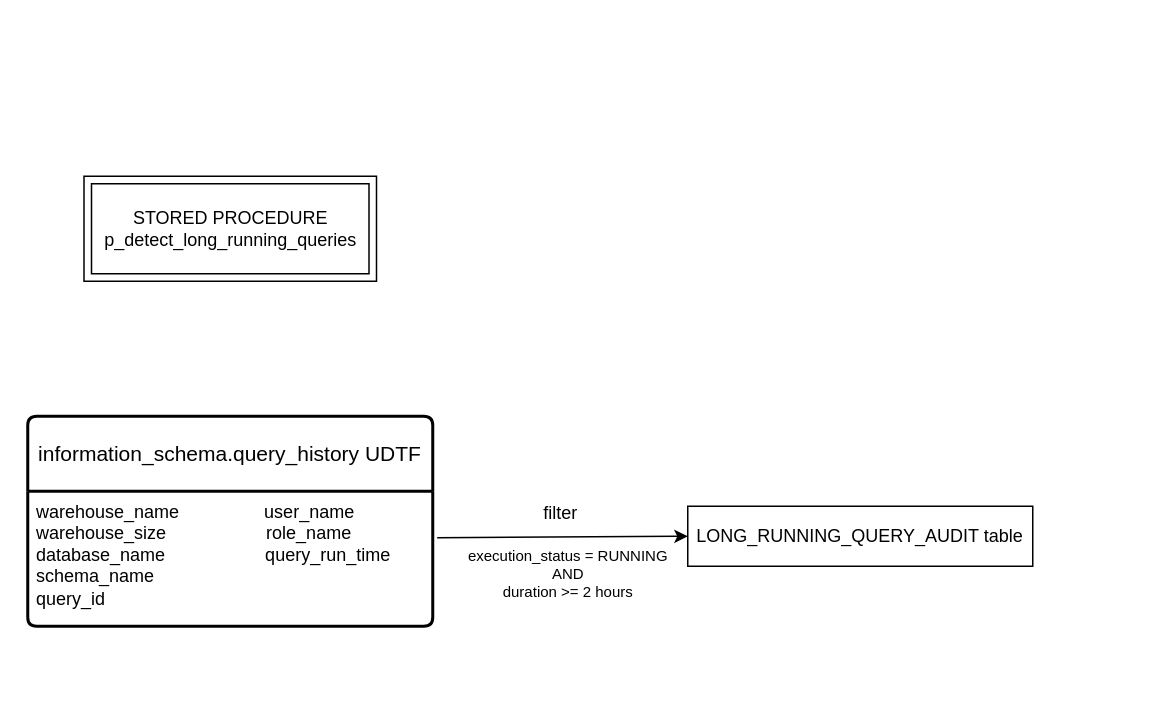
Above: Untitled Diagram.drawio in kunaljubce/drawio (draw.io), before the change. Source tidied: cells renumbered, new cells numbered last; positions are measured from the earlier drawing's top-left corner, leaving out a move shared by most shapes. Both pictures are drawn from the tidied source at 150%, with x=0, y=0 at pixel (27, 176). Pictures stored in the file or linked from it are replaced by grey dashed boxes.
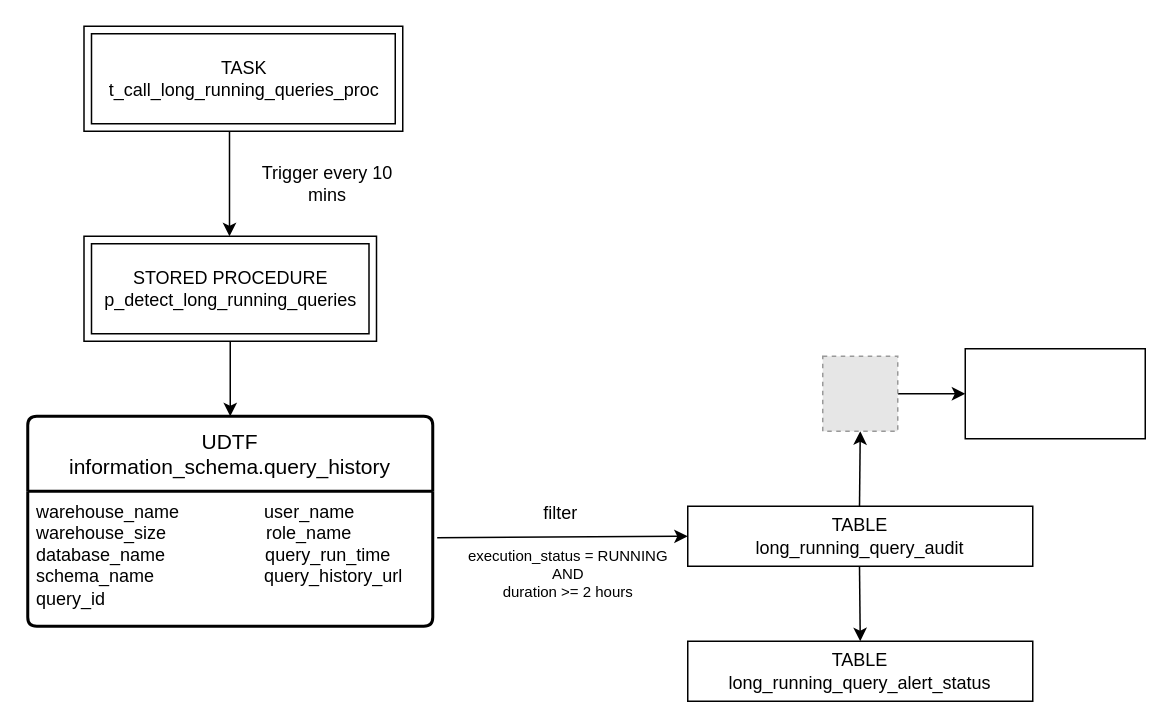
After the change.

What changed in the source:
```diff
@@
-    <mxCell id="2" value="information_schema.query_history UDTF" style="swimlane;horizontal=1;startSize=50;rounded=1;fontSize=14;fontStyle=0;strokeWidth=2;shadow=0;dashed=0;align=center;arcSize=4;whiteSpace=wrap;html=1;" parent="1" vertex="1">
+    <mxCell id="2" value="UDTF&lt;br&gt;information_schema.query_history" style="swimlane;horizontal=1;startSize=50;rounded=1;fontSize=14;fontStyle=0;strokeWidth=2;shadow=0;dashed=0;align=center;arcSize=4;whiteSpace=wrap;html=1;" parent="1" vertex="1">
       <mxGeometry y="160" width="270" height="140" as="geometry" />
     </mxCell>
-    <mxCell id="3" value="warehouse_name&amp;nbsp; &amp;nbsp; &amp;nbsp; &amp;nbsp; &amp;nbsp; &amp;nbsp; &amp;nbsp; &amp;nbsp; &amp;nbsp;user_name&lt;br&gt;warehouse_size&amp;nbsp; &amp;nbsp; &amp;nbsp; &amp;nbsp; &amp;nbsp; &amp;nbsp; &amp;nbsp; &amp;nbsp; &amp;nbsp; &amp;nbsp; role_name&lt;br&gt;database_name&amp;nbsp; &amp;nbsp; &amp;nbsp; &amp;nbsp; &amp;nbsp; &amp;nbsp; &amp;nbsp; &amp;nbsp; &amp;nbsp; &amp;nbsp; query_run_time&lt;br&gt;schema_name&lt;div&gt;query_id&lt;/div&gt;" style="align=left;strokeColor=none;fillColor=none;spacingLeft=4;fontSize=12;verticalAlign=top;html=1;" parent="2" vertex="1">
+    <mxCell id="3" value="warehouse_name&amp;nbsp; &amp;nbsp; &amp;nbsp; &amp;nbsp; &amp;nbsp; &amp;nbsp; &amp;nbsp; &amp;nbsp; &amp;nbsp;user_name&lt;br&gt;warehouse_size&amp;nbsp; &amp;nbsp; &amp;nbsp; &amp;nbsp; &amp;nbsp; &amp;nbsp; &amp;nbsp; &amp;nbsp; &amp;nbsp; &amp;nbsp; role_name&lt;br&gt;database_name&amp;nbsp; &amp;nbsp; &amp;nbsp; &amp;nbsp; &amp;nbsp; &amp;nbsp; &amp;nbsp; &amp;nbsp; &amp;nbsp; &amp;nbsp; query_run_time&lt;br&gt;schema_name&amp;nbsp; &amp;nbsp; &amp;nbsp; &amp;nbsp; &amp;nbsp; &amp;nbsp; &amp;nbsp; &amp;nbsp; &amp;nbsp; &amp;nbsp; &amp;nbsp; query_history_url&lt;div&gt;query_id&lt;/div&gt;" style="align=left;strokeColor=none;fillColor=none;spacingLeft=4;fontSize=12;verticalAlign=top;html=1;" parent="2" vertex="1">
       <mxGeometry y="50" width="270" height="90" as="geometry" />
     </mxCell>
@@
-    <mxCell id="7" value="LONG_RUNNING_QUERY_AUDIT table" style="whiteSpace=wrap;html=1;align=center;" parent="1" vertex="1">
+    <mxCell id="7" value="TABLE&lt;br&gt;long_running_query_audit" style="whiteSpace=wrap;html=1;align=center;" parent="1" vertex="1">
       <mxGeometry x="440" y="220" width="230" height="40" as="geometry" />
     </mxCell>
     <mxCell id="8" value="STORED PROCEDURE p_detect_long_running_queries" style="shape=ext;margin=3;double=1;whiteSpace=wrap;html=1;align=center;" parent="1" vertex="1">
-      <mxGeometry x="37.5" width="195" height="70" as="geometry" />
+      <mxGeometry x="37.5" y="40" width="195" height="70" as="geometry" />
     </mxCell>
+    <mxCell id="9" style="endArrow=classic;html=1;rounded=0;entryX=0.5;entryY=0;entryDx=0;entryDy=0;" parent="1" edge="1" target="2">
+      <mxGeometry relative="1" as="geometry">
+        <mxPoint x="135" y="110" as="sourcePoint" />
+      </mxGeometry>
+    </mxCell>
+    <mxCell id="10" value="TASK t_call_long_running_queries_proc" style="shape=ext;margin=3;double=1;whiteSpace=wrap;html=1;align=center;" parent="1" vertex="1">
+      <mxGeometry x="37.5" y="-100" width="212.5" height="70" as="geometry" />
+    </mxCell>
+    <mxCell id="11" style="endArrow=classic;html=1;rounded=0;entryX=0.5;entryY=0;entryDx=0;entryDy=0;" parent="1" edge="1">
+      <mxGeometry relative="1" as="geometry">
+        <mxPoint x="134.5" y="-30" as="sourcePoint" />
+        <mxPoint x="134.5" y="40" as="targetPoint" />
+      </mxGeometry>
+    </mxCell>
+    <mxCell id="12" value="Trigger every 10 mins" style="text;html=1;align=center;verticalAlign=middle;whiteSpace=wrap;rounded=0;" parent="1" vertex="1">
+      <mxGeometry x="150" y="-10" width="100" height="30" as="geometry" />
+    </mxCell>
+    <mxCell id="13" style="endArrow=classic;html=1;rounded=0;exitX=0.5;exitY=1;exitDx=0;exitDy=0;" parent="1" edge="1">
+      <mxGeometry relative="1" as="geometry">
+        <mxPoint x="554.5" y="260" as="sourcePoint" />
+        <mxPoint x="555" y="310" as="targetPoint" />
+      </mxGeometry>
+    </mxCell>
+    <mxCell id="14" value="TABLE&lt;br&gt;long_running_query_alert_status" style="whiteSpace=wrap;html=1;align=center;" parent="1" vertex="1">
+      <mxGeometry x="440" y="310" width="230" height="40" as="geometry" />
+    </mxCell>
+    <mxCell id="15" style="endArrow=classic;html=1;rounded=0;exitX=0.5;exitY=1;exitDx=0;exitDy=0;" parent="1" edge="1">
+      <mxGeometry relative="1" as="geometry">
+        <mxPoint x="554.5" y="220" as="sourcePoint" />
+        <mxPoint x="555" y="170" as="targetPoint" />
+      </mxGeometry>
+    </mxCell>
+    <mxCell id="16" style="edgeStyle=orthogonalEdgeStyle;rounded=0;jettySize=auto;html=1;" parent="1" edge="1" source="17" target="18">
+      <mxGeometry relative="1" as="geometry" />
+    </mxCell>
+    <mxCell id="17" style="fillColor=#E6E6E6;strokeColor=#999999;dashed=1;verticalLabelPosition=bottom;verticalAlign=top;" parent="1" vertex="1">
+      <mxGeometry x="530" y="120" width="50" height="50" as="geometry" />
+    </mxCell>
+    <mxCell id="18" style="whiteSpace=wrap;html=1;verticalAlign=top;" parent="1" vertex="1">
+      <mxGeometry x="625" y="115" width="120" height="60" as="geometry" />
+    </mxCell>
```
